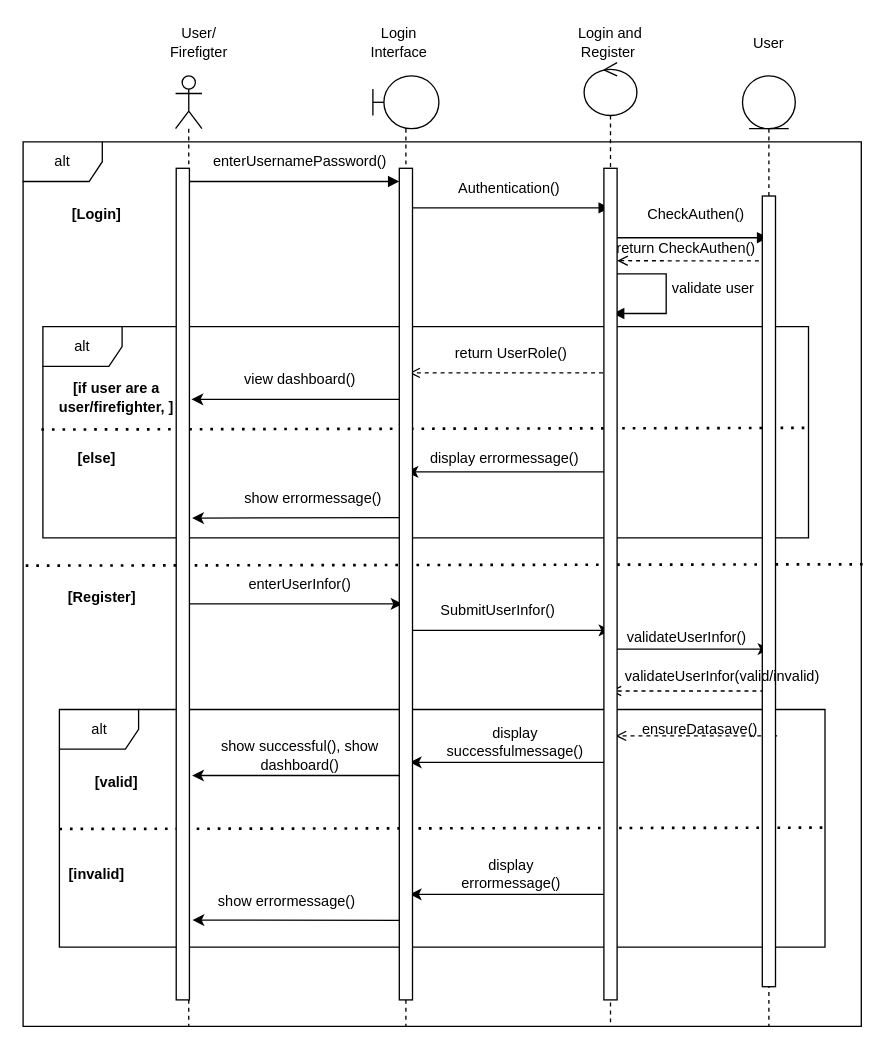
SNFASA/AI-Fire-Monitoring-System keeps this draw.io diagram as page "login SD" (4 of 17) of doc/PSM.drawio. Above is the earlier version. Source tidied: cells renumbered, new cells numbered last; positions are measured from the earlier drawing's top-left corner, leaving out a move shared by most shapes. Both pictures are drawn from the tidied source at 132%, with x=0, y=0 at pixel (22, 22).
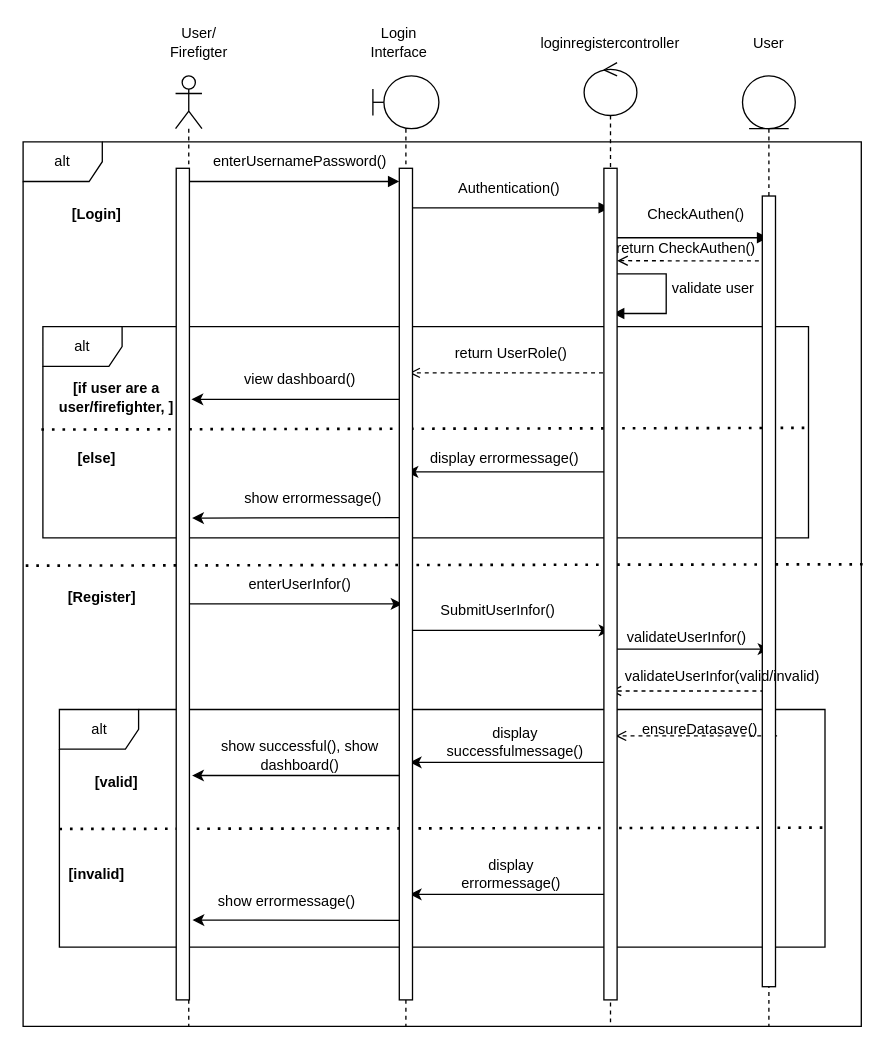
The same diagram, later.

Diff of the diagram source:
```diff
@@
-    <mxCell id="8" value="Login and Register&amp;nbsp;" style="text;html=1;whiteSpace=wrap;strokeColor=none;fillColor=none;align=center;verticalAlign=middle;rounded=0;fontFamily=Helvetica;fontSize=11;fontColor=default;labelBackgroundColor=default;" parent="1" vertex="1">
-      <mxGeometry x="415" width="60" height="30" as="geometry" />
+    <mxCell id="8" value="loginregistercontroller" style="text;html=1;whiteSpace=wrap;strokeColor=none;fillColor=none;align=center;verticalAlign=middle;rounded=0;fontFamily=Helvetica;fontSize=11;fontColor=default;labelBackgroundColor=default;" parent="1" vertex="1">
+      <mxGeometry x="385" width="120" height="30" as="geometry" />
     </mxCell>
```
